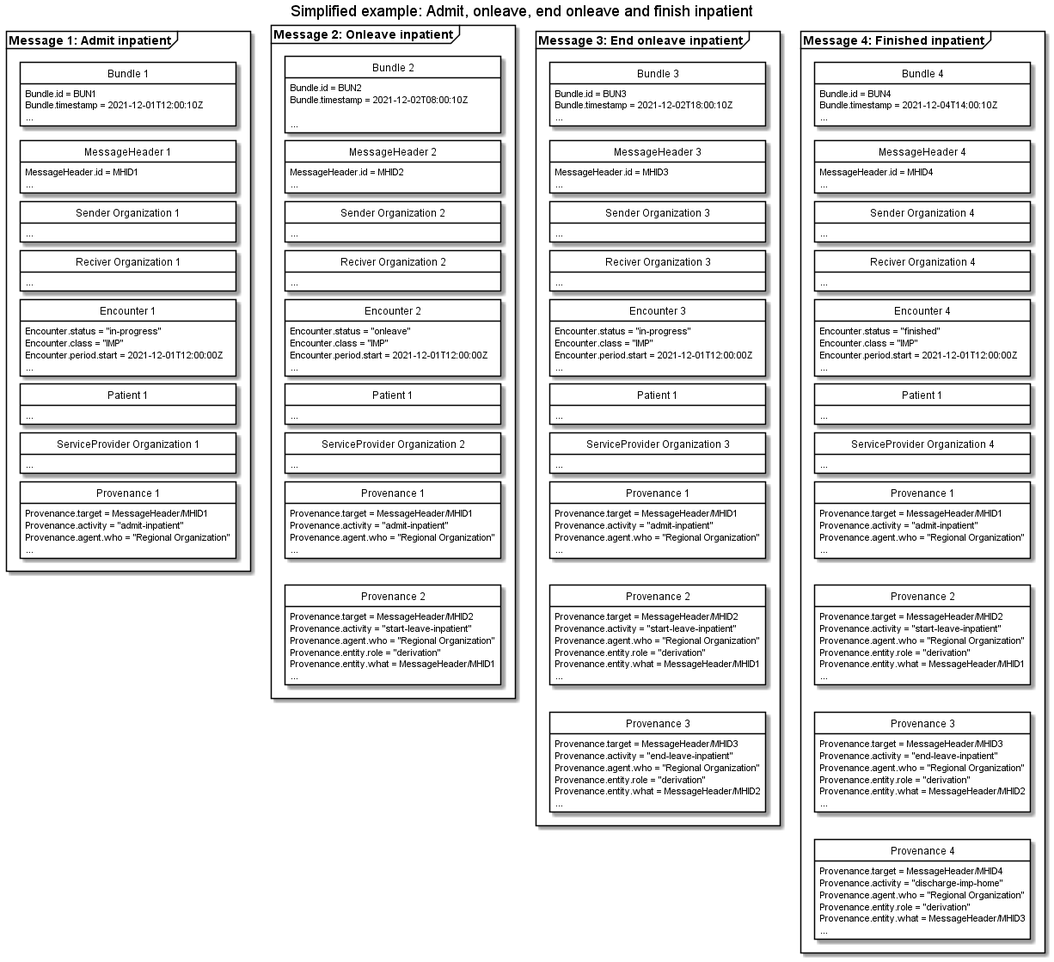
medcomdk/dk-medcom-hospitalnotification keeps this PlantUML diagram as input/images/hospitalnotification/HNAdmitOnleaveEndFinish.png. Above is the earlier version. The source it was exported from:
```plantuml
@startuml HNAdmitOnleaveEndFinish

skinparam class {
    BackgroundColor White
    BorderColor Black
    ArrowColor Black
  }
hide circle
hide empty members
skinparam SameClassWidth true
skinparam Ranksep 10


title Simplified example: Admit, onleave, end onleave and finish inpatient


package "Message 1: Admit inpatient" as admit <<Frame>>{
    class "Bundle 1" as admitB {
        Bundle.id = BUN1
        Bundle.timestamp = 2021-12-01T12:00:10Z
        ...
    }
    class "MessageHeader 1" as admitMH{
        MessageHeader.id = MHID1
        ...
    }
    class "Sender Organization 1" as admitSOrg{
        ...
    }
    class "Reciver Organization 1" as admitROrg{
        ...
    }
    class "Encounter 1" as admitENC{
        Encounter.status = "in-progress"
        Encounter.class = "IMP"
        Encounter.period.start = 2021-12-01T12:00:00Z
        ...
    }
    class "Patient 1" as admitPT{
        ...
    }
    class "ServiceProvider Organization 1" as admitSPOrg{
        ...
    }
    class "Provenance 1" as admitPRO{
        Provenance.target = MessageHeader/MHID1
        Provenance.activity = "admit-inpatient"
        Provenance.agent.who = "Regional Organization"
        ...
    }

admitB -[hidden]- admitMH
admitMH -[hidden]- admitSOrg
admitSOrg-[hidden]-admitROrg
admitROrg-[hidden]-admitENC
admitENC-[hidden]-admitPT
admitPT-[hidden]-admitSPOrg
admitSPOrg-[hidden]-admitPRO



}

package "Message 2: Onleave inpatient" as Onleave <<Frame>> {
    class "Bundle 2" as onleaveB {
        Bundle.id = BUN2
        Bundle.timestamp = 2021-12-02T08:00:10Z

        ...
    }
    class "MessageHeader 2" as onleaveMH{
        MessageHeader.id = MHID2
        ...
    }
    class "Sender Organization 2" as onleaveSOrg{
        ...
    }
    class "Reciver Organization 2" as onleaveROrg{
        ...
    }
    class "Encounter 2" as onleaveENC{
        Encounter.status = "onleave"
        Encounter.class = "IMP"
        Encounter.period.start = 2021-12-01T12:00:00Z
        ...
    }
    class "Patient 1" as onleavePT{
        ...
    }
    class "ServiceProvider Organization 2" as onleaveSPOrg{
        ...
    }
    class "Provenance 1" as admitonleavePRO{
        Provenance.target = MessageHeader/MHID1
        Provenance.activity = "admit-inpatient"
        Provenance.agent.who = "Regional Organization"
        ...
    }
    class "Provenance 2" as onleavePRO{
        Provenance.target = MessageHeader/MHID2
        Provenance.activity = "start-leave-inpatient"
        Provenance.agent.who = "Regional Organization"
        Provenance.entity.role = "derivation"
        Provenance.entity.what = MessageHeader/MHID1
        ...
    }
onleaveB-[hidden]-onleaveMH
onleaveMH-[hidden]-onleaveSOrg
onleaveSOrg-[hidden]-onleaveROrg
onleaveROrg-[hidden]-onleaveENC
onleaveENC-[hidden]-onleavePT
onleavePT-[hidden]-onleaveSPOrg
onleaveSPOrg-[hidden]-admitonleavePRO
admitonleavePRO-[hidden]-onleavePRO

}

package "Message 3: End onleave inpatient" as endOnleave <<Frame>> {
    class "Bundle 3" as endOnleaveB {
        Bundle.id = BUN3
        Bundle.timestamp = 2021-12-02T18:00:10Z
        ...
    }
    class "MessageHeader 3" as endOnleaveMH{
        MessageHeader.id = MHID3
        ...
    }
    class "Sender Organization 3" as endOnleaveSOrg{
        ...
    }
    class "Reciver Organization 3" as endOnleaveROrg{
        ...
    }
    class "Encounter 3" as endOnleaveENC{
        Encounter.status = "in-progress"
        Encounter.class = "IMP"
        Encounter.period.start = 2021-12-01T12:00:00Z
        ...
    }
    class "Patient 1" as endOnleavePT{
        ...
    }
    class "ServiceProvider Organization 3" as endOnleaveSPOrg{
        ...
    }
    class "Provenance 1" as admitendOnleavePRO{
        Provenance.target = MessageHeader/MHID1
        Provenance.activity = "admit-inpatient"
        Provenance.agent.who = "Regional Organization"
        ...
    }
    class "Provenance 2" as onleaveendOnleavePRO{
        Provenance.target = MessageHeader/MHID2
        Provenance.activity = "start-leave-inpatient"
        Provenance.agent.who = "Regional Organization"
        Provenance.entity.role = "derivation"
        Provenance.entity.what = MessageHeader/MHID1
        ...
    }
    class "Provenance 3" as endOnleavePRO{
        Provenance.target = MessageHeader/MHID3
        Provenance.activity = "end-leave-inpatient"
        Provenance.agent.who = "Regional Organization"
        Provenance.entity.role = "derivation"
        Provenance.entity.what = MessageHeader/MHID2
        ...
    }
endOnleaveB-[hidden]-endOnleaveMH
endOnleaveMH-[hidden]-endOnleaveSOrg
endOnleaveSOrg-[hidden]-endOnleaveROrg
endOnleaveROrg-[hidden]-endOnleaveENC
endOnleaveENC-[hidden]-endOnleavePT
endOnleavePT-[hidden]-endOnleaveSPOrg
endOnleaveSPOrg-[hidden]-admitendOnleavePRO
admitendOnleavePRO-[hidden]-onleaveendOnleavePRO
onleaveendOnleavePRO-[hidden]-endOnleavePRO

}


package "Message 4: Finished inpatient" as finished <<Frame>> {
    class "Bundle 4" as finishedB {
        Bundle.id = BUN4
        Bundle.timestamp = 2021-12-04T14:00:10Z
        ...
    }
    class "MessageHeader 4" as finishedMH{
        MessageHeader.id = MHID4
        ...
    }
    class "Sender Organization 4" as finishedSOrg{
        ...
    }
    class "Reciver Organization 4" as finishedROrg{
        ...
    }
    class "Encounter 4" as finishedENC{
        Encounter.status = "finished"
        Encounter.class = "IMP"
        Encounter.period.start = 2021-12-01T12:00:00Z
        ...
    }
    class "Patient 1" as finishedPT{
        ...
    }
    class "ServiceProvider Organization 4" as finishedSPOrg{
        ...
    }
    class "Provenance 1" as admitfinishedPRO{
        Provenance.target = MessageHeader/MHID1
        Provenance.activity = "admit-inpatient"
        Provenance.agent.who = "Regional Organization"
        ...
    }
    class "Provenance 2" as onleavefinishedPRO{
        Provenance.target = MessageHeader/MHID2
        Provenance.activity = "start-leave-inpatient"
        Provenance.agent.who = "Regional Organization"
        Provenance.entity.role = "derivation"
        Provenance.entity.what = MessageHeader/MHID1
        ...
    }
    class "Provenance 3" as endOnleavefinishedPRO{
        Provenance.target = MessageHeader/MHID3
        Provenance.activity = "end-leave-inpatient"
        Provenance.agent.who = "Regional Organization"
        Provenance.entity.role = "derivation"
        Provenance.entity.what = MessageHeader/MHID2
        ...
    }
    class "Provenance 4" as finishedPRO{
        Provenance.target = MessageHeader/MHID4
        Provenance.activity = "discharge-imp-home"
        Provenance.agent.who = "Regional Organization"
        Provenance.entity.role = "derivation"
        Provenance.entity.what = MessageHeader/MHID3
        ...
    }
finishedB-[hidden]-finishedMH
finishedMH-[hidden]-finishedSOrg
finishedSOrg-[hidden]-finishedROrg
finishedROrg-[hidden]-finishedENC
finishedENC-[hidden]-finishedPT
finishedPT-[hidden]-finishedSPOrg
finishedSPOrg-[hidden]-admitfinishedPRO
admitfinishedPRO-[hidden]-onleavefinishedPRO
onleavefinishedPRO-[hidden]-endOnleavefinishedPRO
endOnleavefinishedPRO-[hidden]-finishedPRO

}



@enduml
```
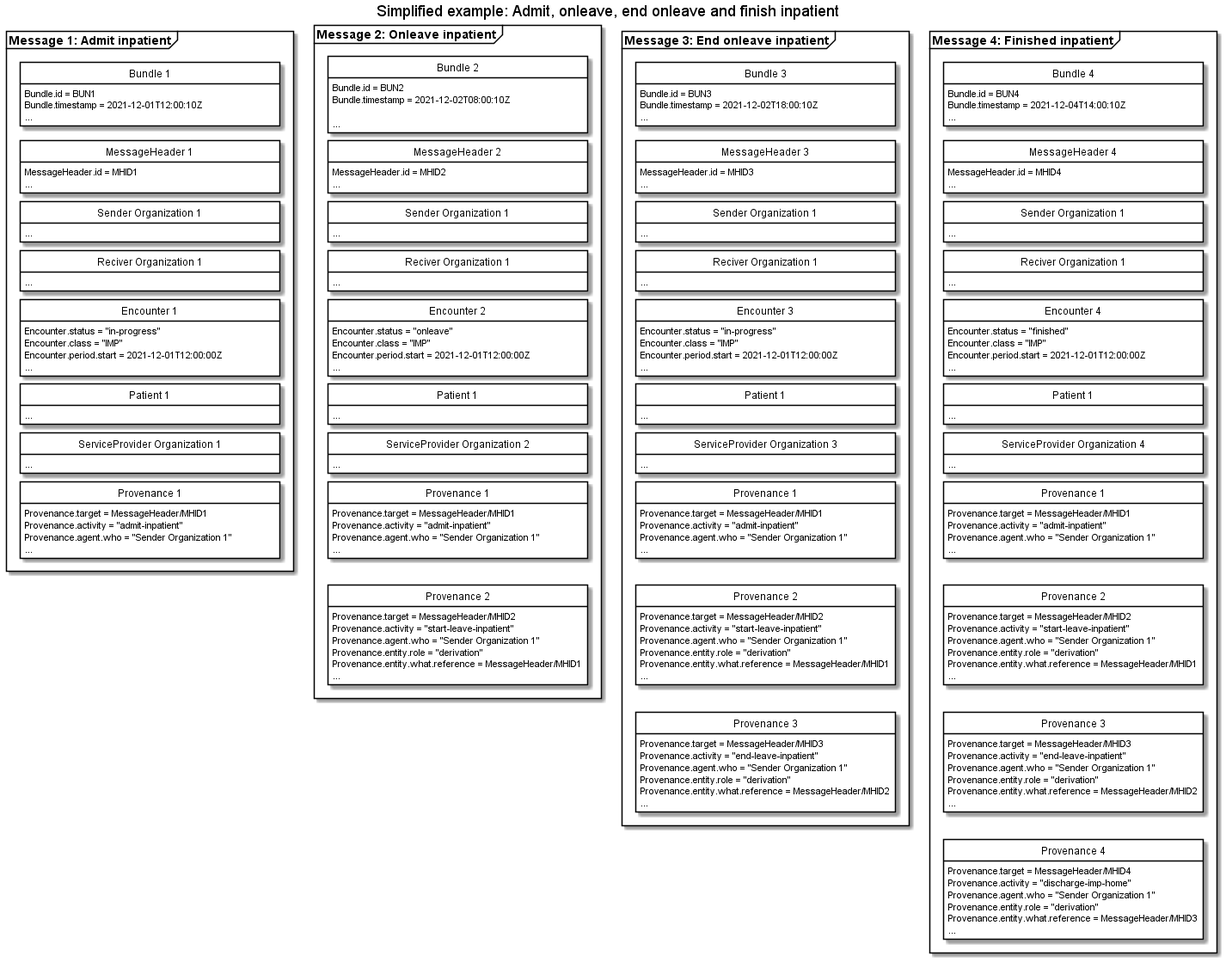
The same file after the commit.

Change to the diagram source:
```diff
@@ -45,7 +45,7 @@
     class "Provenance 1" as admitPRO{
         Provenance.target = MessageHeader/MHID1
         Provenance.activity = "admit-inpatient"
-        Provenance.agent.who = "Regional Organization"
+        Provenance.agent.who = "Sender Organization 1"
         ...
     }
 
@@ -72,10 +72,10 @@
         MessageHeader.id = MHID2
         ...
     }
-    class "Sender Organization 2" as onleaveSOrg{
+    class "Sender Organization 1" as onleaveSOrg{
         ...
     }
-    class "Reciver Organization 2" as onleaveROrg{
+    class "Reciver Organization 1" as onleaveROrg{
         ...
     }
     class "Encounter 2" as onleaveENC{
@@ -93,15 +93,15 @@
     class "Provenance 1" as admitonleavePRO{
         Provenance.target = MessageHeader/MHID1
         Provenance.activity = "admit-inpatient"
-        Provenance.agent.who = "Regional Organization"
+        Provenance.agent.who = "Sender Organization 1"
         ...
     }
     class "Provenance 2" as onleavePRO{
         Provenance.target = MessageHeader/MHID2
         Provenance.activity = "start-leave-inpatient"
-        Provenance.agent.who = "Regional Organization"
+        Provenance.agent.who = "Sender Organization 1"
         Provenance.entity.role = "derivation"
-        Provenance.entity.what = MessageHeader/MHID1
+        Provenance.entity.what.reference = MessageHeader/MHID1
         ...
     }
 onleaveB-[hidden]-onleaveMH
@@ -125,10 +125,10 @@
         MessageHeader.id = MHID3
         ...
     }
-    class "Sender Organization 3" as endOnleaveSOrg{
+    class "Sender Organization 1" as endOnleaveSOrg{
         ...
     }
-    class "Reciver Organization 3" as endOnleaveROrg{
+    class "Reciver Organization 1" as endOnleaveROrg{
         ...
     }
     class "Encounter 3" as endOnleaveENC{
@@ -146,23 +146,23 @@
     class "Provenance 1" as admitendOnleavePRO{
         Provenance.target = MessageHeader/MHID1
         Provenance.activity = "admit-inpatient"
-        Provenance.agent.who = "Regional Organization"
+        Provenance.agent.who = "Sender Organization 1"
         ...
     }
     class "Provenance 2" as onleaveendOnleavePRO{
         Provenance.target = MessageHeader/MHID2
         Provenance.activity = "start-leave-inpatient"
-        Provenance.agent.who = "Regional Organization"
+        Provenance.agent.who = "Sender Organization 1"
         Provenance.entity.role = "derivation"
-        Provenance.entity.what = MessageHeader/MHID1
+        Provenance.entity.what.reference = MessageHeader/MHID1
         ...
     }
     class "Provenance 3" as endOnleavePRO{
         Provenance.target = MessageHeader/MHID3
         Provenance.activity = "end-leave-inpatient"
-        Provenance.agent.who = "Regional Organization"
+        Provenance.agent.who = "Sender Organization 1"
         Provenance.entity.role = "derivation"
-        Provenance.entity.what = MessageHeader/MHID2
+        Provenance.entity.what.reference = MessageHeader/MHID2
         ...
     }
 endOnleaveB-[hidden]-endOnleaveMH
@@ -188,10 +188,10 @@
         MessageHeader.id = MHID4
         ...
     }
-    class "Sender Organization 4" as finishedSOrg{
+    class "Sender Organization 1" as finishedSOrg{
         ...
     }
-    class "Reciver Organization 4" as finishedROrg{
+    class "Reciver Organization 1" as finishedROrg{
         ...
     }
     class "Encounter 4" as finishedENC{
@@ -209,31 +209,31 @@
     class "Provenance 1" as admitfinishedPRO{
         Provenance.target = MessageHeader/MHID1
         Provenance.activity = "admit-inpatient"
-        Provenance.agent.who = "Regional Organization"
+        Provenance.agent.who = "Sender Organization 1"
         ...
     }
     class "Provenance 2" as onleavefinishedPRO{
         Provenance.target = MessageHeader/MHID2
         Provenance.activity = "start-leave-inpatient"
-        Provenance.agent.who = "Regional Organization"
+        Provenance.agent.who = "Sender Organization 1"
         Provenance.entity.role = "derivation"
-        Provenance.entity.what = MessageHeader/MHID1
+        Provenance.entity.what.reference = MessageHeader/MHID1
         ...
     }
     class "Provenance 3" as endOnleavefinishedPRO{
         Provenance.target = MessageHeader/MHID3
         Provenance.activity = "end-leave-inpatient"
-        Provenance.agent.who = "Regional Organization"
+        Provenance.agent.who = "Sender Organization 1"
         Provenance.entity.role = "derivation"
-        Provenance.entity.what = MessageHeader/MHID2
+        Provenance.entity.what.reference = MessageHeader/MHID2
         ...
     }
     class "Provenance 4" as finishedPRO{
         Provenance.target = MessageHeader/MHID4
         Provenance.activity = "discharge-imp-home"
-        Provenance.agent.who = "Regional Organization"
+        Provenance.agent.who = "Sender Organization 1"
         Provenance.entity.role = "derivation"
-        Provenance.entity.what = MessageHeader/MHID3
+        Provenance.entity.what.reference = MessageHeader/MHID3
         ...
     }
 finishedB-[hidden]-finishedMH
```
